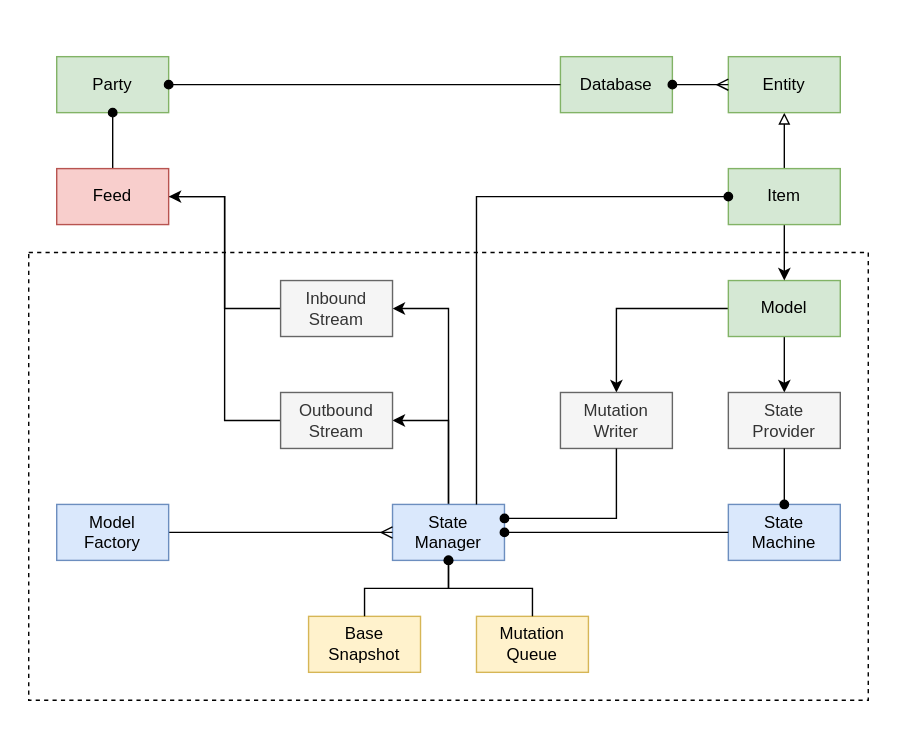
Before: docs/design/diagrams/model-state.svg, a diagram exported from draw.io (dxos/dxos). Source tidied: cells renumbered, new cells last; positions are measured from the earlier drawing's top-left corner, leaving out a move shared by most shapes.
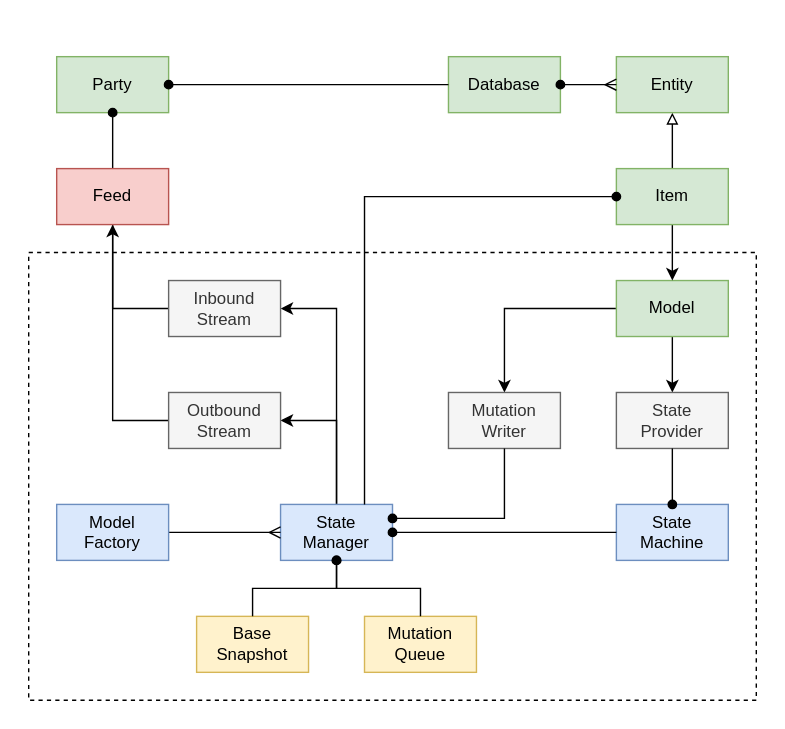
Above is the later version.

What changed in the source:
```diff
@@ -3,10 +3,10 @@
     <mxCell id="0" />
     <mxCell id="1" parent="0" />
     <mxCell id="2" style="rounded=0;whiteSpace=wrap;html=1;fillColor=none;strokeColor=none;" parent="1" vertex="1">
-      <mxGeometry width="640" height="520" as="geometry" />
+      <mxGeometry x="80" width="560" height="520" as="geometry" />
     </mxCell>
     <mxCell id="3" style="rounded=0;whiteSpace=wrap;html=1;fillColor=none;dashed=1;" parent="1" vertex="1">
-      <mxGeometry x="20" y="180" width="600" height="320" as="geometry" />
+      <mxGeometry x="100" y="180" width="520" height="320" as="geometry" />
     </mxCell>
     <mxCell id="4" style="edgeStyle=orthogonalEdgeStyle;rounded=0;jettySize=auto;html=1;exitX=0.5;exitY=1;exitDx=0;exitDy=0;entryX=0.5;entryY=0;entryDx=0;entryDy=0;endArrow=classic;endFill=1;" parent="1" edge="1" source="6" target="18">
       <mxGeometry relative="1" as="geometry" />
@@ -46,7 +46,7 @@
       <mxGeometry relative="1" as="geometry" />
     </mxCell>
     <mxCell id="15" value="Model&lt;br&gt;Factory" style="rounded=0;whiteSpace=wrap;html=1;fillColor=#dae8fc;strokeColor=#6c8ebf;" parent="1" vertex="1">
-      <mxGeometry x="40" y="360" width="80" height="40" as="geometry" />
+      <mxGeometry x="120" y="360" width="80" height="40" as="geometry" />
     </mxCell>
     <mxCell id="16" value="Mutation&lt;br&gt;Queue" style="rounded=0;whiteSpace=wrap;html=1;fillColor=#fff2cc;strokeColor=#d6b656;" parent="1" vertex="1">
       <mxGeometry x="340" y="440" width="80" height="40" as="geometry" />
@@ -88,10 +88,9 @@
     <mxCell id="27" style="edgeStyle=orthogonalEdgeStyle;rounded=0;jettySize=auto;html=1;endArrow=ERmany;endFill=0;entryX=0;entryY=0.5;entryDx=0;entryDy=0;startArrow=oval;startFill=1;" parent="1" edge="1" source="26" target="23">
       <mxGeometry relative="1" as="geometry" />
     </mxCell>
-    <mxCell id="28" style="edgeStyle=orthogonalEdgeStyle;rounded=0;jettySize=auto;html=1;startArrow=classic;startFill=1;endArrow=none;endFill=0;entryX=0;entryY=0.5;entryDx=0;entryDy=0;exitX=1;exitY=0.5;exitDx=0;exitDy=0;" parent="1" edge="1" source="34" target="29">
+    <mxCell id="28" style="edgeStyle=orthogonalEdgeStyle;rounded=0;jettySize=auto;html=1;startArrow=classic;startFill=1;endArrow=none;endFill=0;entryX=0;entryY=0.5;entryDx=0;entryDy=0;exitX=0.5;exitY=1;exitDx=0;exitDy=0;" parent="1" edge="1" source="34" target="29">
       <mxGeometry relative="1" as="geometry">
         <Array as="points">
-          <mxPoint x="160" y="140" />
           <mxPoint x="160" y="300" />
         </Array>
       </mxGeometry>
@@ -99,20 +98,20 @@
     <mxCell id="29" value="Outbound&lt;br&gt;Stream" style="rounded=0;whiteSpace=wrap;html=1;fillColor=#f5f5f5;strokeColor=#666666;fontColor=#333333;" parent="1" vertex="1">
       <mxGeometry x="200" y="280" width="80" height="40" as="geometry" />
     </mxCell>
-    <mxCell id="30" style="edgeStyle=orthogonalEdgeStyle;rounded=0;jettySize=auto;html=1;exitX=1;exitY=0.5;exitDx=0;exitDy=0;startArrow=none;startFill=1;endArrow=none;endFill=0;entryX=0;entryY=0.5;entryDx=0;entryDy=0;" parent="1" edge="1" source="34" target="31">
+    <mxCell id="30" style="edgeStyle=orthogonalEdgeStyle;rounded=0;jettySize=auto;html=1;startArrow=none;startFill=1;endArrow=none;endFill=0;entryX=0;entryY=0.5;entryDx=0;entryDy=0;" parent="1" edge="1" source="34" target="31">
       <mxGeometry relative="1" as="geometry" />
     </mxCell>
     <mxCell id="31" value="Inbound&lt;br&gt;Stream" style="rounded=0;whiteSpace=wrap;html=1;fillColor=#f5f5f5;strokeColor=#666666;fontColor=#333333;" parent="1" vertex="1">
       <mxGeometry x="200" y="200" width="80" height="40" as="geometry" />
     </mxCell>
     <mxCell id="32" value="Party" style="rounded=0;whiteSpace=wrap;html=1;fillColor=#d5e8d4;strokeColor=#82b366;" parent="1" vertex="1">
-      <mxGeometry x="40" y="40" width="80" height="40" as="geometry" />
+      <mxGeometry x="120" y="40" width="80" height="40" as="geometry" />
     </mxCell>
     <mxCell id="33" style="edgeStyle=orthogonalEdgeStyle;rounded=0;jettySize=auto;html=1;exitX=0.5;exitY=1;exitDx=0;exitDy=0;entryX=0.5;entryY=0;entryDx=0;entryDy=0;startArrow=oval;startFill=1;endArrow=none;endFill=0;" parent="1" edge="1" source="32" target="34">
       <mxGeometry relative="1" as="geometry" />
     </mxCell>
     <mxCell id="34" value="Feed" style="rounded=0;whiteSpace=wrap;html=1;fillColor=#f8cecc;strokeColor=#b85450;" parent="1" vertex="1">
-      <mxGeometry x="40" y="120" width="80" height="40" as="geometry" />
+      <mxGeometry x="120" y="120" width="80" height="40" as="geometry" />
     </mxCell>
     <mxCell id="35" style="edgeStyle=orthogonalEdgeStyle;rounded=0;jettySize=auto;html=1;startArrow=oval;startFill=1;endArrow=none;endFill=0;entryX=0;entryY=0.5;entryDx=0;entryDy=0;" parent="1" edge="1" source="32" target="26">
       <mxGeometry relative="1" as="geometry" />
```
